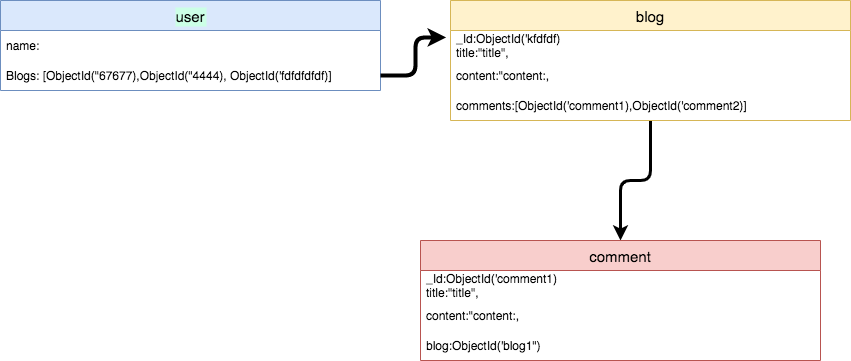
dankarger/node keeps this draw.io diagram as 13-scema/13-1.drawio.png. Above is the earlier version. Source tidied: cells renumbered, new cells last; positions are measured from the earlier drawing's top-left corner, leaving out a move shared by most shapes.
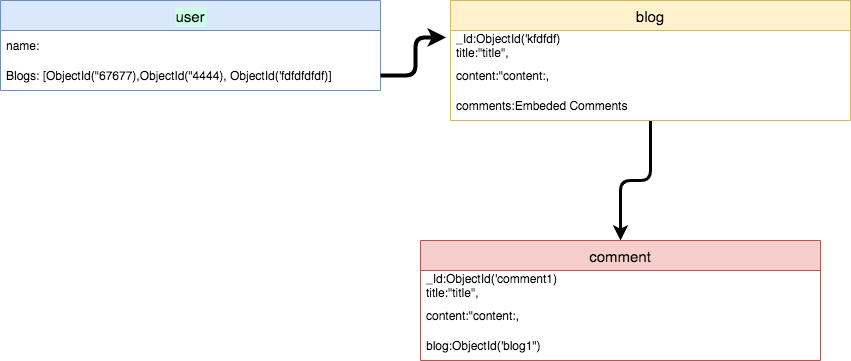
The same file after the commit.

Diff of the diagram source:
```diff
@@ -23,7 +23,7 @@
     <mxCell id="8" value="content:&quot;content:," style="text;strokeColor=none;fillColor=none;align=left;verticalAlign=middle;spacingLeft=4;spacingRight=4;overflow=hidden;" parent="6" vertex="1">
       <mxGeometry y="60" width="400" height="30" as="geometry" />
     </mxCell>
-    <mxCell id="9" value="comments:[ObjectId('comment1),ObjectId('comment2)]" style="text;strokeColor=none;fillColor=none;align=left;verticalAlign=middle;spacingLeft=4;spacingRight=4;overflow=hidden;imageHeight=31;" parent="6" vertex="1">
+    <mxCell id="9" value="comments:Embeded Comments" style="text;strokeColor=none;fillColor=none;align=left;verticalAlign=middle;spacingLeft=4;spacingRight=4;overflow=hidden;imageHeight=31;" parent="6" vertex="1">
       <mxGeometry y="90" width="400" height="30" as="geometry" />
     </mxCell>
     <mxCell id="10" style="edgeStyle=orthogonalEdgeStyle;rounded=1;jettySize=auto;html=1;entryX=-0.011;entryY=0.233;entryDx=0;entryDy=0;entryPerimeter=0;strokeWidth=4;" parent="1" edge="1" source="4" target="7">
```
